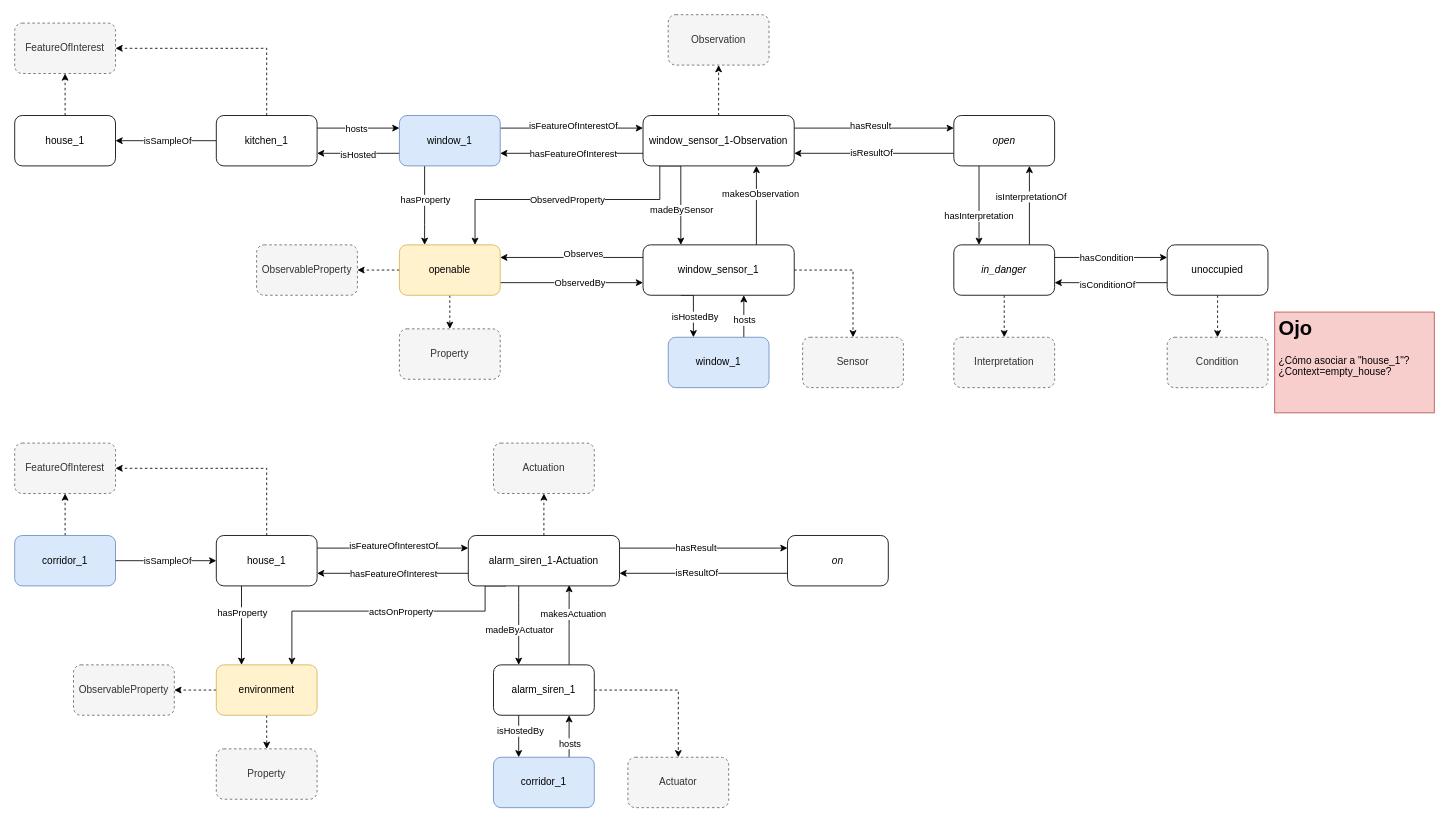
This is page "open-window-nouser_v2" (6 of 6) of docs/figures/sosa-onto-instances.drawio from anarubioruiz/asp-SOSAc, a draw.io file, before an edit. Source tidied: cells renumbered, new cells numbered last; positions are measured from the earlier drawing's top-left corner, leaving out a move shared by most shapes. Both pictures are drawn from the tidied source at 84%, with x=0, y=0 at pixel (14, 14).
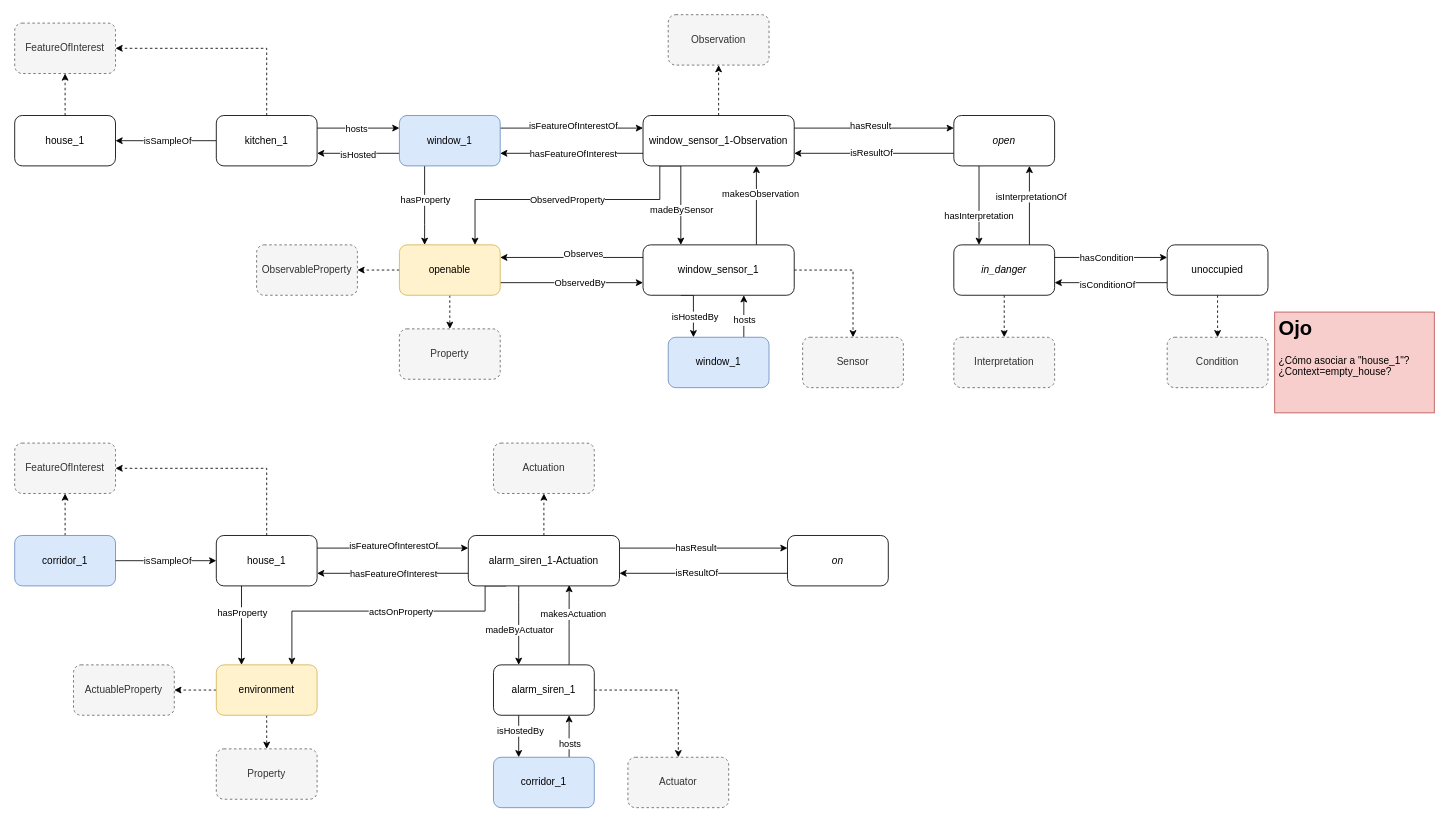
The same page after the edit.

Commit message (it also covers changes not shown here):
ActuableProperty corrected

The edit, as a diff of the source:
```diff
@@
-    <mxCell id="99" value="ObservableProperty" style="whiteSpace=wrap;html=1;rounded=1;fillColor=#f5f5f5;fontColor=#333333;strokeColor=#666666;dashed=1;" parent="1" vertex="1">
+    <mxCell id="99" value="ActuableProperty" style="whiteSpace=wrap;html=1;rounded=1;fillColor=#f5f5f5;fontColor=#333333;strokeColor=#666666;dashed=1;" parent="1" vertex="1">
       <mxGeometry x="70" y="774" width="120" height="60" as="geometry" />
     </mxCell>
```
